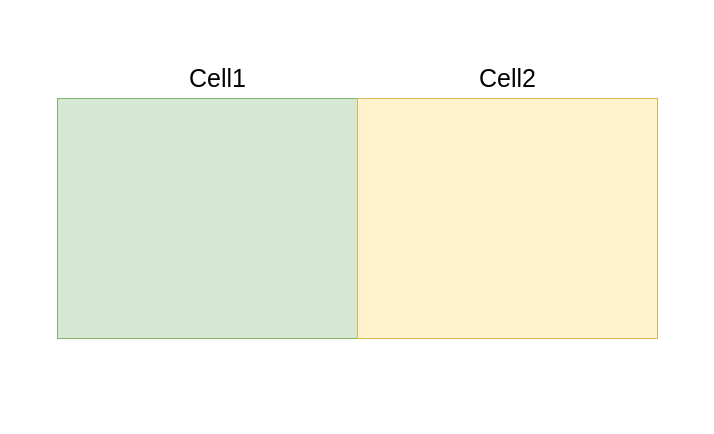
antsmallant/MyDraw keeps this draw.io diagram as blog/big-world-scale-ghosting-1.drawio. Above is the earlier version. Source tidied: cells renumbered, new cells numbered last; positions are measured from the earlier drawing's top-left corner, leaving out a move shared by most shapes. Both pictures are drawn from the tidied source at 100%, with x=0, y=0 at pixel (17, 17).
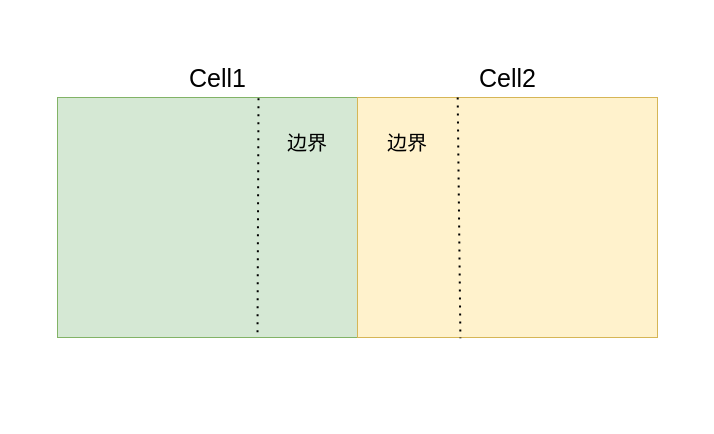
The same page after the edit.

The edit, as a diff of the source:
```diff
@@
 <mxGraphModel>
   <root>
     <mxCell id="0" />
     <mxCell id="1" parent="0" />
-    <mxCell id="2" style="rounded=0;whiteSpace=wrap;html=1;fillColor=#d5e8d4;strokeColor=#82b366;" parent="1" vertex="1">
-      <mxGeometry x="40" y="81" width="300" height="240" as="geometry" />
-    </mxCell>
-    <mxCell id="3" style="rounded=0;whiteSpace=wrap;html=1;fillColor=#fff2cc;strokeColor=#d6b656;" parent="1" vertex="1">
-      <mxGeometry x="340" y="81" width="300" height="240" as="geometry" />
-    </mxCell>
+    <mxCell id="6" style="rounded=0;whiteSpace=wrap;html=1;fillColor=none;strokeColor=none;" parent="1" vertex="1">
+      <mxGeometry width="680" height="360" as="geometry" />
+    </mxCell>
     <mxCell id="4" value="Cell1" style="text;html=1;align=center;verticalAlign=middle;strokeColor=none;fillColor=none;fontSize=25;" parent="1" vertex="1">
       <mxGeometry x="160" y="40" width="80" height="40" as="geometry" />
     </mxCell>
     <mxCell id="5" value="Cell2" style="text;html=1;align=center;verticalAlign=middle;strokeColor=none;fillColor=none;fontSize=25;" parent="1" vertex="1">
       <mxGeometry x="450" y="40" width="80" height="40" as="geometry" />
     </mxCell>
-    <mxCell id="6" style="rounded=0;whiteSpace=wrap;html=1;fillColor=none;strokeColor=none;" parent="1" vertex="1">
-      <mxGeometry width="680" height="400" as="geometry" />
-    </mxCell>
+    <mxCell id="7" style="rounded=0;whiteSpace=wrap;html=1;fillColor=#d5e8d4;strokeColor=#82b366;" parent="1" vertex="1">
+      <mxGeometry x="40" y="80" width="300" height="240" as="geometry" />
+    </mxCell>
+    <mxCell id="8" style="endArrow=none;dashed=1;html=1;dashPattern=1 3;strokeWidth=2;rounded=0;entryX=0;entryY=0;entryDx=0;entryDy=0;exitX=0.67;exitY=0.003;exitDx=0;exitDy=0;exitPerimeter=0;" parent="1" edge="1" source="7">
+      <mxGeometry relative="1" as="geometry">
+        <mxPoint x="240" y="320" as="targetPoint" />
+      </mxGeometry>
+    </mxCell>
+    <mxCell id="9" style="rounded=0;whiteSpace=wrap;html=1;fillColor=#fff2cc;strokeColor=#d6b656;" parent="1" vertex="1">
+      <mxGeometry x="340" y="80" width="300" height="240" as="geometry" />
+    </mxCell>
+    <mxCell id="10" style="endArrow=none;dashed=1;html=1;dashPattern=1 3;strokeWidth=2;rounded=0;entryX=0.343;entryY=1.003;entryDx=0;entryDy=0;exitX=0.334;exitY=0;exitDx=0;exitDy=0;exitPerimeter=0;entryPerimeter=0;" parent="1" edge="1" source="9" target="9">
+      <mxGeometry relative="1" as="geometry" />
+    </mxCell>
+    <mxCell id="11" value="边界" style="text;strokeColor=none;align=center;fillColor=none;html=1;verticalAlign=middle;whiteSpace=wrap;rounded=0;fontSize=20;" parent="1" vertex="1">
+      <mxGeometry x="260" y="110" width="60" height="30" as="geometry" />
+    </mxCell>
+    <mxCell id="12" value="边界" style="text;strokeColor=none;align=center;fillColor=none;html=1;verticalAlign=middle;whiteSpace=wrap;rounded=0;fontSize=20;" parent="1" vertex="1">
+      <mxGeometry x="360" y="110" width="60" height="30" as="geometry" />
+    </mxCell>
   </root>
 </mxGraphModel>
```
